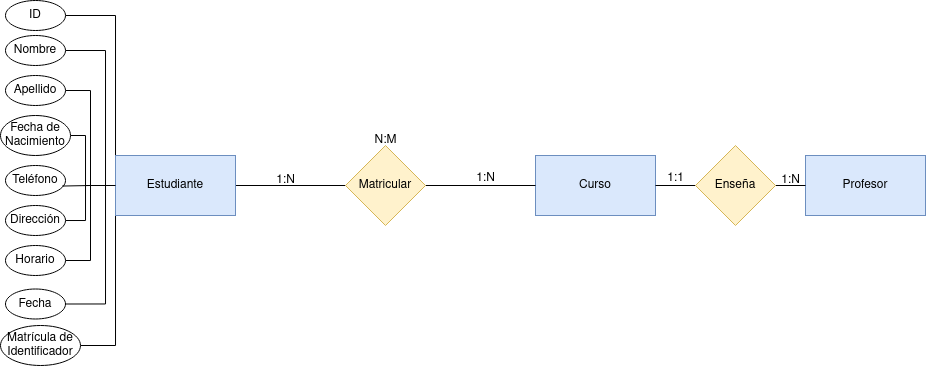
Above: diagrama-tarea2.png in GermanOjeda/base-datos (draw.io), before the change. Source tidied: cells renumbered, new cells last; positions are measured from the earlier drawing's top-left corner, leaving out a move shared by most shapes.
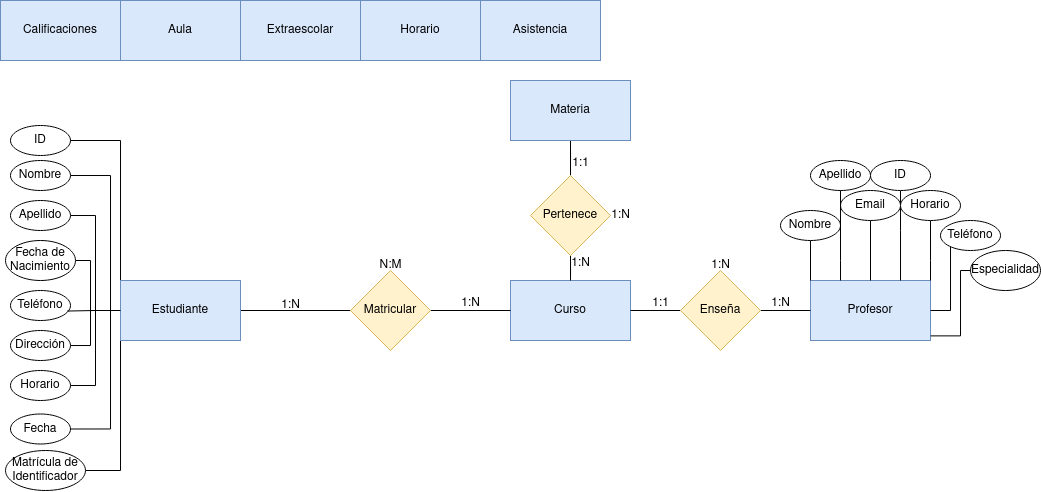
Later version of the same file.

Diff of the diagram source:
```diff
@@ -60,8 +60,11 @@
     <mxCell id="11" value="Estudiante" style="rounded=0;whiteSpace=wrap;html=1;fillColor=#dae8fc;strokeColor=#6c8ebf;" parent="1" vertex="1">
       <mxGeometry x="115" y="155" width="120" height="60" as="geometry" />
     </mxCell>
+    <mxCell id="34" style="edgeStyle=orthogonalEdgeStyle;rounded=0;jettySize=auto;html=1;entryX=0.5;entryY=1;entryDx=0;entryDy=0;endArrow=none;endFill=0;" parent="1" edge="1" source="57" target="36">
+      <mxGeometry relative="1" as="geometry" />
+    </mxCell>
     <mxCell id="12" value="Curso" style="rounded=0;whiteSpace=wrap;html=1;fillColor=#dae8fc;strokeColor=#6c8ebf;" parent="1" vertex="1">
-      <mxGeometry x="535" y="155" width="120" height="60" as="geometry" />
+      <mxGeometry x="505" y="155" width="120" height="60" as="geometry" />
     </mxCell>
     <mxCell id="13" style="edgeStyle=orthogonalEdgeStyle;rounded=0;jettySize=auto;html=1;exitX=1;exitY=0.5;exitDx=0;exitDy=0;endArrow=none;endFill=0;" parent="1" edge="1" source="14" target="12">
       <mxGeometry relative="1" as="geometry" />
@@ -103,7 +106,7 @@
       <mxGeometry x="265" y="165" width="40" height="30" as="geometry" />
     </mxCell>
     <mxCell id="26" value="1:N" style="text;html=1;align=center;verticalAlign=middle;strokeColor=none;fillColor=none;" parent="1" vertex="1">
-      <mxGeometry x="465" y="163" width="40" height="30" as="geometry" />
+      <mxGeometry x="445" y="163" width="40" height="30" as="geometry" />
     </mxCell>
     <mxCell id="27" value="N:M" style="text;html=1;align=center;verticalAlign=middle;strokeColor=none;fillColor=none;" parent="1" vertex="1">
       <mxGeometry x="360" y="125" width="50" height="30" as="geometry" />
@@ -118,13 +121,115 @@
       <mxGeometry relative="1" as="geometry" />
     </mxCell>
     <mxCell id="31" value="Enseña" style="rhombus;whiteSpace=wrap;html=1;fillColor=#fff2cc;strokeColor=#d6b656;" parent="1" vertex="1">
-      <mxGeometry x="695" y="145" width="80" height="80" as="geometry" />
+      <mxGeometry x="675" y="145" width="80" height="80" as="geometry" />
     </mxCell>
     <mxCell id="32" value="1:1" style="text;html=1;align=center;verticalAlign=middle;strokeColor=none;fillColor=none;" parent="1" vertex="1">
-      <mxGeometry x="655" y="163" width="40" height="30" as="geometry" />
+      <mxGeometry x="635" y="163" width="40" height="30" as="geometry" />
     </mxCell>
     <mxCell id="33" value="1:N" style="text;html=1;align=center;verticalAlign=middle;strokeColor=none;fillColor=none;" parent="1" vertex="1">
-      <mxGeometry x="770" y="165" width="40" height="30" as="geometry" />
+      <mxGeometry x="755" y="163" width="40" height="30" as="geometry" />
     </mxCell>
+    <mxCell id="35" value="1:N" style="text;html=1;align=center;verticalAlign=middle;strokeColor=none;fillColor=none;" parent="1" vertex="1">
+      <mxGeometry x="695" y="125" width="40" height="30" as="geometry" />
+    </mxCell>
+    <mxCell id="36" value="Materia" style="rounded=0;whiteSpace=wrap;html=1;fillColor=#dae8fc;strokeColor=#6c8ebf;" parent="1" vertex="1">
+      <mxGeometry x="505" y="-45" width="120" height="60" as="geometry" />
+    </mxCell>
+    <mxCell id="37" value="Aula" style="rounded=0;whiteSpace=wrap;html=1;fillColor=#dae8fc;strokeColor=#6c8ebf;" parent="1" vertex="1">
+      <mxGeometry x="115" y="-125" width="120" height="60" as="geometry" />
+    </mxCell>
+    <mxCell id="38" value="Asistencia" style="rounded=0;whiteSpace=wrap;html=1;fillColor=#dae8fc;strokeColor=#6c8ebf;" parent="1" vertex="1">
+      <mxGeometry x="475" y="-125" width="120" height="60" as="geometry" />
+    </mxCell>
+    <mxCell id="39" value="Calificaciones" style="rounded=0;whiteSpace=wrap;html=1;fillColor=#dae8fc;strokeColor=#6c8ebf;" parent="1" vertex="1">
+      <mxGeometry x="-5" y="-125" width="120" height="60" as="geometry" />
+    </mxCell>
+    <mxCell id="40" value="Horario" style="rounded=0;whiteSpace=wrap;html=1;fillColor=#dae8fc;strokeColor=#6c8ebf;" parent="1" vertex="1">
+      <mxGeometry x="355" y="-125" width="120" height="60" as="geometry" />
+    </mxCell>
+    <mxCell id="41" value="Extraescolar" style="rounded=0;whiteSpace=wrap;html=1;fillColor=#dae8fc;strokeColor=#6c8ebf;" parent="1" vertex="1">
+      <mxGeometry x="235" y="-125" width="120" height="60" as="geometry" />
+    </mxCell>
+    <mxCell id="42" style="edgeStyle=orthogonalEdgeStyle;rounded=0;jettySize=auto;html=1;endArrow=none;endFill=0;" parent="1" edge="1" source="43" target="28">
+      <mxGeometry relative="1" as="geometry">
+        <Array as="points">
+          <mxPoint x="895" y="105" />
+          <mxPoint x="895" y="105" />
+        </Array>
+      </mxGeometry>
+    </mxCell>
+    <mxCell id="43" value="ID" style="ellipse;whiteSpace=wrap;html=1;" parent="1" vertex="1">
+      <mxGeometry x="865" y="35" width="60" height="30" as="geometry" />
+    </mxCell>
+    <mxCell id="44" style="edgeStyle=orthogonalEdgeStyle;rounded=0;jettySize=auto;html=1;entryX=0;entryY=0;entryDx=0;entryDy=0;endArrow=none;endFill=0;" parent="1" edge="1" source="45" target="28">
+      <mxGeometry relative="1" as="geometry" />
+    </mxCell>
+    <mxCell id="45" value="Nombre" style="ellipse;whiteSpace=wrap;html=1;" parent="1" vertex="1">
+      <mxGeometry x="775" y="85" width="60" height="30" as="geometry" />
+    </mxCell>
+    <mxCell id="46" value="Especialidad" style="ellipse;whiteSpace=wrap;html=1;" parent="1" vertex="1">
+      <mxGeometry x="965" y="125" width="70" height="40" as="geometry" />
+    </mxCell>
+    <mxCell id="47" style="edgeStyle=orthogonalEdgeStyle;rounded=0;jettySize=auto;html=1;entryX=1;entryY=0.5;entryDx=0;entryDy=0;endArrow=none;endFill=0;" parent="1" edge="1" source="48" target="28">
+      <mxGeometry relative="1" as="geometry">
+        <Array as="points">
+          <mxPoint x="945" y="185" />
+        </Array>
+      </mxGeometry>
+    </mxCell>
+    <mxCell id="48" value="Teléfono" style="ellipse;whiteSpace=wrap;html=1;" parent="1" vertex="1">
+      <mxGeometry x="935" y="95" width="60" height="30" as="geometry" />
+    </mxCell>
+    <mxCell id="49" style="edgeStyle=orthogonalEdgeStyle;rounded=0;jettySize=auto;html=1;entryX=0.5;entryY=0;entryDx=0;entryDy=0;endArrow=none;endFill=0;" parent="1" edge="1" source="50" target="28">
+      <mxGeometry relative="1" as="geometry" />
+    </mxCell>
+    <mxCell id="50" value="Email" style="ellipse;whiteSpace=wrap;html=1;" parent="1" vertex="1">
+      <mxGeometry x="835" y="65" width="60" height="30" as="geometry" />
+    </mxCell>
+    <mxCell id="51" style="edgeStyle=orthogonalEdgeStyle;rounded=0;jettySize=auto;html=1;endArrow=none;endFill=0;" parent="1" edge="1" source="52" target="28">
+      <mxGeometry relative="1" as="geometry">
+        <Array as="points">
+          <mxPoint x="925" y="135" />
+          <mxPoint x="925" y="135" />
+        </Array>
+      </mxGeometry>
+    </mxCell>
+    <mxCell id="52" value="Horario" style="ellipse;whiteSpace=wrap;html=1;" parent="1" vertex="1">
+      <mxGeometry x="895" y="65" width="60" height="30" as="geometry" />
+    </mxCell>
+    <mxCell id="53" style="edgeStyle=orthogonalEdgeStyle;rounded=0;jettySize=auto;html=1;endArrow=none;endFill=0;" parent="1" edge="1" source="54" target="28">
+      <mxGeometry relative="1" as="geometry">
+        <Array as="points">
+          <mxPoint x="835" y="135" />
+          <mxPoint x="835" y="135" />
+        </Array>
+      </mxGeometry>
+    </mxCell>
+    <mxCell id="54" value="Apellido" style="ellipse;whiteSpace=wrap;html=1;" parent="1" vertex="1">
+      <mxGeometry x="805" y="35" width="60" height="30" as="geometry" />
+    </mxCell>
+    <mxCell id="55" style="edgeStyle=orthogonalEdgeStyle;rounded=0;jettySize=auto;html=1;entryX=1.001;entryY=0.923;entryDx=0;entryDy=0;entryPerimeter=0;endArrow=none;endFill=0;" parent="1" edge="1" source="46" target="28">
+      <mxGeometry relative="1" as="geometry">
+        <Array as="points">
+          <mxPoint x="955" y="145" />
+          <mxPoint x="955" y="210" />
+        </Array>
+      </mxGeometry>
+    </mxCell>
+    <mxCell id="56" style="edgeStyle=orthogonalEdgeStyle;rounded=0;jettySize=auto;html=1;entryX=0.5;entryY=1;entryDx=0;entryDy=0;endArrow=none;endFill=0;" parent="1" edge="1" source="12" target="57">
+      <mxGeometry relative="1" as="geometry" />
+    </mxCell>
+    <mxCell id="57" value="Pertenece" style="rhombus;whiteSpace=wrap;html=1;fillColor=#fff2cc;strokeColor=#d6b656;" parent="1" vertex="1">
+      <mxGeometry x="525" y="50" width="80" height="80" as="geometry" />
+    </mxCell>
+    <mxCell id="58" value="1:N" style="text;html=1;align=center;verticalAlign=middle;strokeColor=none;fillColor=none;" parent="1" vertex="1">
+      <mxGeometry x="555" y="123" width="40" height="30" as="geometry" />
+    </mxCell>
+    <mxCell id="59" value="1:1" style="text;html=1;align=center;verticalAlign=middle;strokeColor=none;fillColor=none;" parent="1" vertex="1">
+      <mxGeometry x="555" y="23" width="40" height="30" as="geometry" />
+    </mxCell>
+    <mxCell id="60" value="1:N" style="text;html=1;align=center;verticalAlign=middle;strokeColor=none;fillColor=none;" parent="1" vertex="1">
+      <mxGeometry x="595" y="75" width="40" height="30" as="geometry" />
+    </mxCell>
   </root>
 </mxGraphModel>
```
